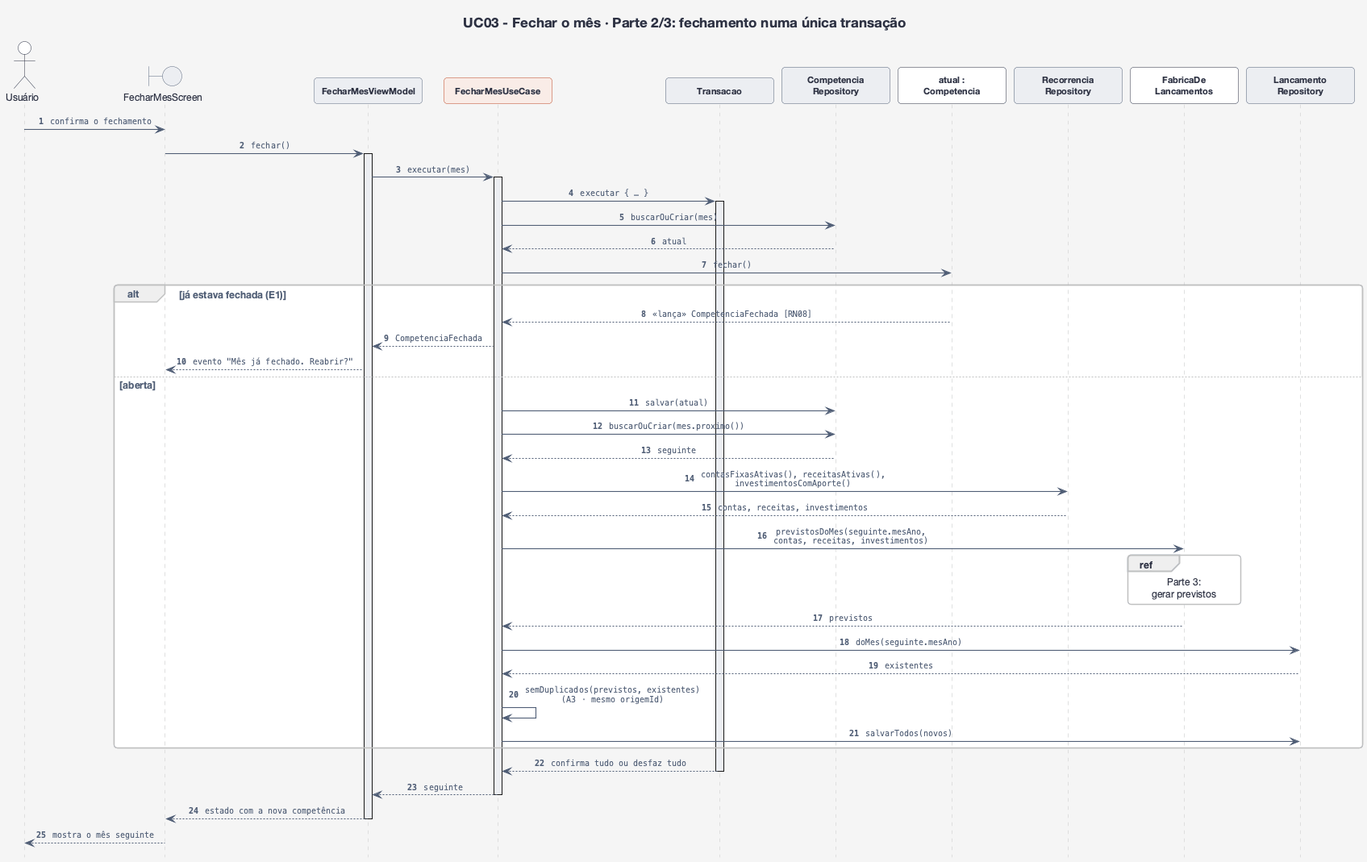
gabrielfbarbosa/gasto-certo keeps this PlantUML diagram as docs/uml/sequencia-uc03-2-fechamento.png. Above is the earlier version. The source it was exported from:
```plantuml
@startuml sequencia-uc03-2-fechamento
!include estilo.iuml
hide footbox
hide <<foco>> stereotype
autonumber "<b>0"
title UC03 - Fechar o mês · Parte 2/3: fechamento numa única transação

actor "Usuário" as U
boundary "FecharMesScreen" as Tela
participant "FecharMesViewModel" as VM <<viewmodel>>
participant "FecharMesUseCase" as UC <<foco>>
participant "Transacao" as Tx <<repositório>>
participant "Competencia\nRepository" as CRepo <<repositório>>
participant "atual :\nCompetencia" as Atual
participant "Recorrencia\nRepository" as RRepo <<repositório>>
participant "FabricaDe\nLancamentos" as Fab
participant "Lancamento\nRepository" as LRepo <<repositório>>

U -> Tela : confirma o fechamento
Tela -> VM : fechar()
activate VM
VM -> UC : executar(mes)
activate UC
UC -> Tx : executar { … }
activate Tx
UC -> CRepo : buscarOuCriar(mes)
CRepo --> UC : atual
UC -> Atual : fechar()
alt já estava fechada (E1)
  Atual --> UC : <<lança>> CompetenciaFechada [RN08]
  UC --> VM : CompetenciaFechada
  VM --> Tela : evento "Mês já fechado. Reabrir?"
else aberta
  UC -> CRepo : salvar(atual)
  UC -> CRepo : buscarOuCriar(mes.proximo())
  CRepo --> UC : seguinte
  UC -> RRepo : contasFixasAtivas(), receitasAtivas(),\ninvestimentosComAporte()
  RRepo --> UC : contas, receitas, investimentos
  UC -> Fab : previstosDoMes(seguinte.mesAno,\ncontas, receitas, investimentos)
  ref over Fab : Parte 3:\ngerar previstos
  Fab --> UC : previstos
  UC -> LRepo : doMes(seguinte.mesAno)
  LRepo --> UC : existentes
  UC -> UC : semDuplicados(previstos, existentes)\n(A3 · mesmo origemId)
  UC -> LRepo : salvarTodos(novos)
end
Tx --> UC : confirma tudo ou desfaz tudo
deactivate Tx
UC --> VM : seguinte
deactivate UC
VM --> Tela : estado com a nova competência
deactivate VM
Tela --> U : mostra o mês seguinte
@enduml
```
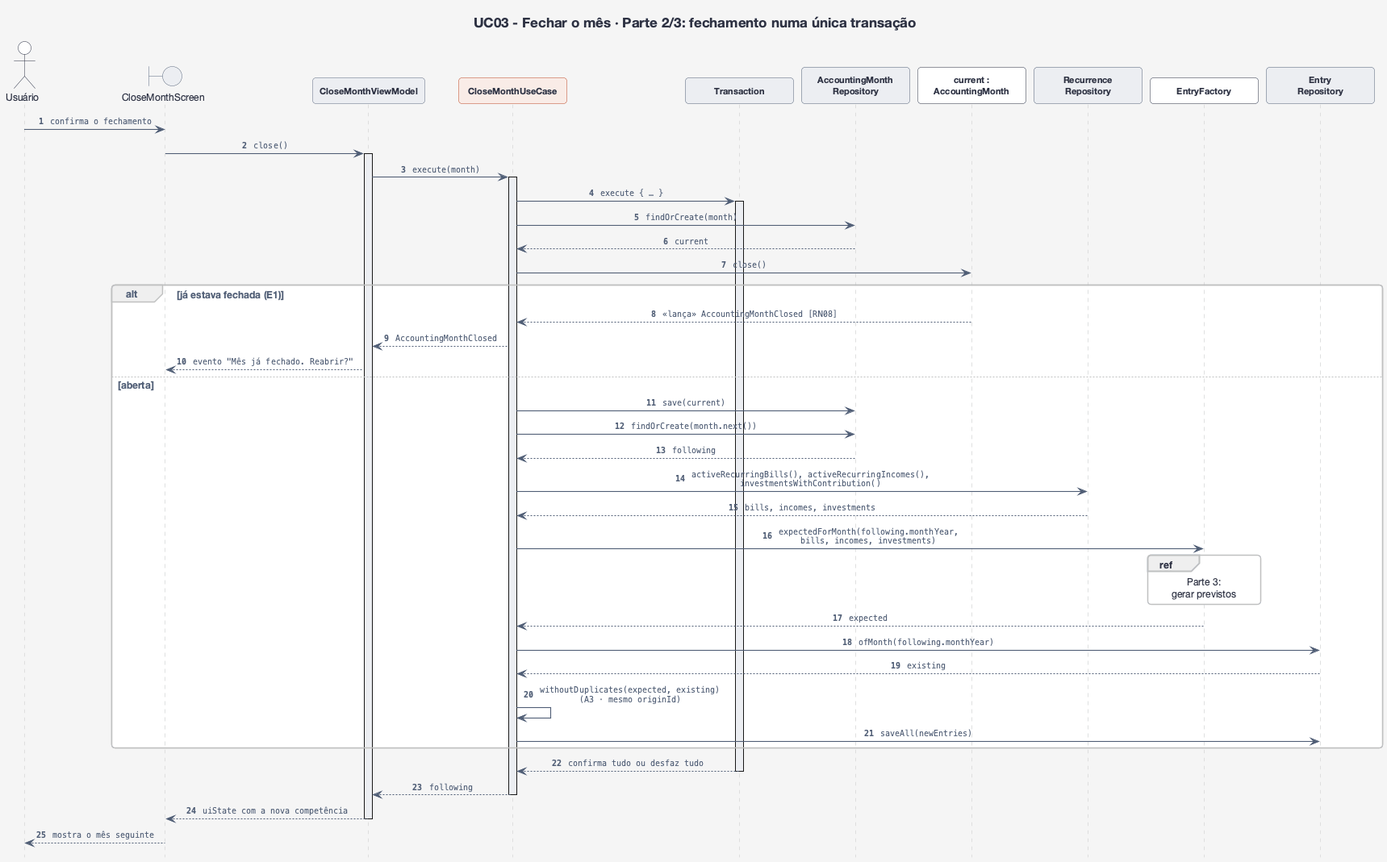
Later version of the same file.

The edit, as a diff of the source:
```diff
@@ -6,49 +6,49 @@
 title UC03 - Fechar o mês · Parte 2/3: fechamento numa única transação
 
 actor "Usuário" as U
-boundary "FecharMesScreen" as Tela
-participant "FecharMesViewModel" as VM <<viewmodel>>
-participant "FecharMesUseCase" as UC <<foco>>
-participant "Transacao" as Tx <<repositório>>
-participant "Competencia\nRepository" as CRepo <<repositório>>
-participant "atual :\nCompetencia" as Atual
-participant "Recorrencia\nRepository" as RRepo <<repositório>>
-participant "FabricaDe\nLancamentos" as Fab
-participant "Lancamento\nRepository" as LRepo <<repositório>>
+boundary "CloseMonthScreen" as Tela
+participant "CloseMonthViewModel" as VM <<viewmodel>>
+participant "CloseMonthUseCase" as UC <<foco>>
+participant "Transaction" as Tx <<repositório>>
+participant "AccountingMonth\nRepository" as CRepo <<repositório>>
+participant "current :\nAccountingMonth" as Atual
+participant "Recurrence\nRepository" as RRepo <<repositório>>
+participant "EntryFactory" as Fab
+participant "Entry\nRepository" as LRepo <<repositório>>
 
 U -> Tela : confirma o fechamento
-Tela -> VM : fechar()
+Tela -> VM : close()
 activate VM
-VM -> UC : executar(mes)
+VM -> UC : execute(month)
 activate UC
-UC -> Tx : executar { … }
+UC -> Tx : execute { … }
 activate Tx
-UC -> CRepo : buscarOuCriar(mes)
-CRepo --> UC : atual
-UC -> Atual : fechar()
+UC -> CRepo : findOrCreate(month)
+CRepo --> UC : current
+UC -> Atual : close()
 alt já estava fechada (E1)
-  Atual --> UC : <<lança>> CompetenciaFechada [RN08]
-  UC --> VM : CompetenciaFechada
+  Atual --> UC : <<lança>> AccountingMonthClosed [RN08]
+  UC --> VM : AccountingMonthClosed
   VM --> Tela : evento "Mês já fechado. Reabrir?"
 else aberta
-  UC -> CRepo : salvar(atual)
-  UC -> CRepo : buscarOuCriar(mes.proximo())
-  CRepo --> UC : seguinte
-  UC -> RRepo : contasFixasAtivas(), receitasAtivas(),\ninvestimentosComAporte()
-  RRepo --> UC : contas, receitas, investimentos
-  UC -> Fab : previstosDoMes(seguinte.mesAno,\ncontas, receitas, investimentos)
+  UC -> CRepo : save(current)
+  UC -> CRepo : findOrCreate(month.next())
+  CRepo --> UC : following
+  UC -> RRepo : activeRecurringBills(), activeRecurringIncomes(),\ninvestmentsWithContribution()
+  RRepo --> UC : bills, incomes, investments
+  UC -> Fab : expectedForMonth(following.monthYear,\nbills, incomes, investments)
   ref over Fab : Parte 3:\ngerar previstos
-  Fab --> UC : previstos
-  UC -> LRepo : doMes(seguinte.mesAno)
-  LRepo --> UC : existentes
-  UC -> UC : semDuplicados(previstos, existentes)\n(A3 · mesmo origemId)
-  UC -> LRepo : salvarTodos(novos)
+  Fab --> UC : expected
+  UC -> LRepo : ofMonth(following.monthYear)
+  LRepo --> UC : existing
+  UC -> UC : withoutDuplicates(expected, existing)\n(A3 · mesmo originId)
+  UC -> LRepo : saveAll(newEntries)
 end
 Tx --> UC : confirma tudo ou desfaz tudo
 deactivate Tx
-UC --> VM : seguinte
+UC --> VM : following
 deactivate UC
-VM --> Tela : estado com a nova competência
+VM --> Tela : uiState com a nova competência
 deactivate VM
 Tela --> U : mostra o mês seguinte
 @enduml
```
